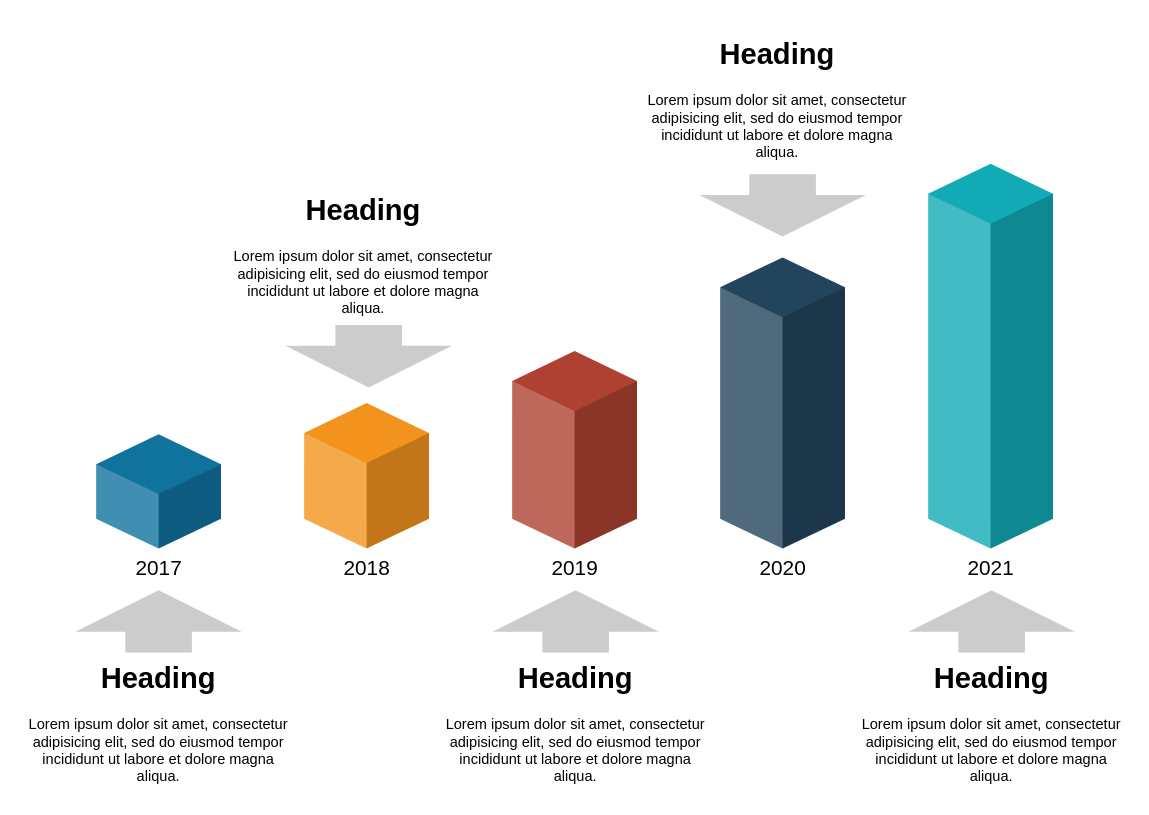
This is Untitled Diagram.drawio from LJxiaowu/onerails, a draw.io file, before an edit. Source tidied: cells renumbered, new cells numbered last; positions are measured from the earlier drawing's top-left corner, leaving out a move shared by most shapes. Both pictures are drawn from the tidied source at 104%, with x=0, y=0 at pixel (18, 28).
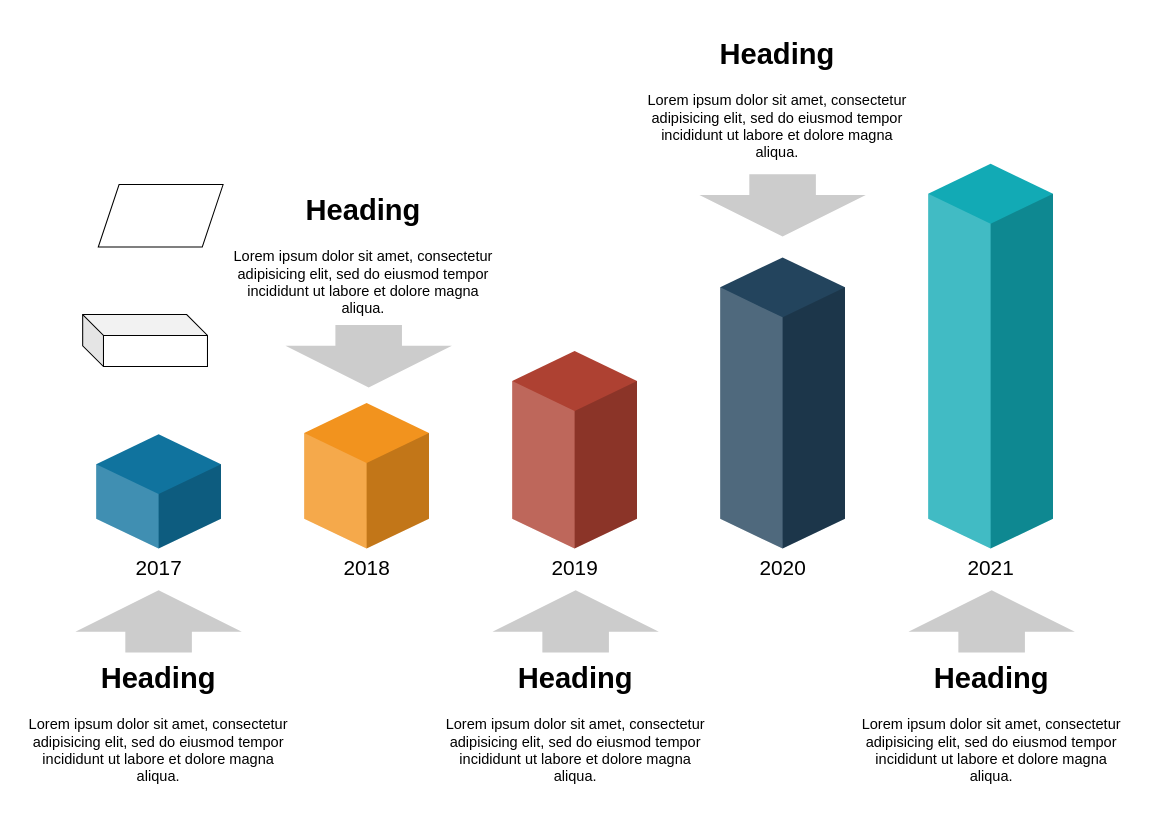
After the change.

The edit, as a diff of the source:
```diff
@@
 <mxGraphModel background="#ffffff">
   <root>
     <mxCell id="0" />
     <mxCell id="1" parent="0" />
     <mxCell id="2" style="html=1;shadow=0;dashed=0;align=center;verticalAlign=middle;shape=mxgraph.arrows2.arrow;dy=0.6;dx=40;direction=north;notch=0;strokeWidth=2;fillColor=#CCCCCC;fontSize=14;fontColor=#000000;strokeColor=none;" parent="1" vertex="1">
       <mxGeometry x="55" y="540" width="160" height="60" as="geometry" />
     </mxCell>
     <mxCell id="3" value="2017" style="verticalLabelPosition=bottom;verticalAlign=top;html=1;shape=mxgraph.infographic.shadedCube;isoAngle=15;fillColor=#10739E;strokeColor=none;fontFamily=Helvetica;fontSize=20;align=center;strokeWidth=2;" parent="1" vertex="1">
       <mxGeometry x="75" y="390" width="120" height="110" as="geometry" />
     </mxCell>
     <mxCell id="4" value="2018" style="verticalLabelPosition=bottom;verticalAlign=top;html=1;shape=mxgraph.infographic.shadedCube;isoAngle=15;fillColor=#F2931E;strokeColor=none;fontFamily=Helvetica;fontSize=20;align=center;strokeWidth=2;" parent="1" vertex="1">
       <mxGeometry x="275" y="360" width="120" height="140" as="geometry" />
     </mxCell>
     <mxCell id="5" value="2019" style="verticalLabelPosition=bottom;verticalAlign=top;html=1;shape=mxgraph.infographic.shadedCube;isoAngle=15;fillColor=#AE4132;strokeColor=none;fontFamily=Helvetica;fontSize=20;align=center;strokeWidth=2;" parent="1" vertex="1">
       <mxGeometry x="475" y="310" width="120" height="190" as="geometry" />
     </mxCell>
     <mxCell id="6" value="2020" style="verticalLabelPosition=bottom;verticalAlign=top;html=1;shape=mxgraph.infographic.shadedCube;isoAngle=15;fillColor=#23445D;strokeColor=none;fontFamily=Helvetica;fontSize=20;align=center;strokeWidth=2;" parent="1" vertex="1">
       <mxGeometry x="675" y="220" width="120" height="280" as="geometry" />
     </mxCell>
     <mxCell id="7" value="2021" style="verticalLabelPosition=bottom;verticalAlign=top;html=1;shape=mxgraph.infographic.shadedCube;isoAngle=15;fillColor=#12AAB5;strokeColor=none;fontFamily=Helvetica;fontSize=20;align=center;strokeWidth=2;" parent="1" vertex="1">
       <mxGeometry x="875" y="130" width="120" height="370" as="geometry" />
     </mxCell>
     <mxCell id="8" value="&lt;h1&gt;Heading&lt;/h1&gt;&lt;p&gt;Lorem ipsum dolor sit amet, consectetur adipisicing elit, sed do eiusmod tempor incididunt ut labore et dolore magna aliqua.&lt;/p&gt;" style="text;html=1;spacing=5;spacingTop=-20;whiteSpace=wrap;overflow=hidden;strokeWidth=2;fillColor=none;gradientColor=none;fontSize=14;align=center;" parent="1" vertex="1">
       <mxGeometry y="600" width="270" height="140" as="geometry" />
     </mxCell>
     <mxCell id="9" value="&lt;h1&gt;Heading&lt;/h1&gt;&lt;p&gt;Lorem ipsum dolor sit amet, consectetur adipisicing elit, sed do eiusmod tempor incididunt ut labore et dolore magna aliqua.&lt;/p&gt;" style="text;html=1;spacing=5;spacingTop=-20;whiteSpace=wrap;overflow=hidden;strokeWidth=2;fillColor=none;gradientColor=none;fontSize=14;align=center;" parent="1" vertex="1">
       <mxGeometry x="197" y="150" width="270" height="140" as="geometry" />
     </mxCell>
     <mxCell id="10" value="&lt;h1&gt;Heading&lt;/h1&gt;&lt;p&gt;Lorem ipsum dolor sit amet, consectetur adipisicing elit, sed do eiusmod tempor incididunt ut labore et dolore magna aliqua.&lt;/p&gt;" style="text;html=1;spacing=5;spacingTop=-20;whiteSpace=wrap;overflow=hidden;strokeWidth=2;fillColor=none;gradientColor=none;fontSize=14;align=center;" parent="1" vertex="1">
       <mxGeometry x="401" y="600" width="270" height="140" as="geometry" />
     </mxCell>
     <mxCell id="11" value="&lt;h1&gt;Heading&lt;/h1&gt;&lt;p&gt;Lorem ipsum dolor sit amet, consectetur adipisicing elit, sed do eiusmod tempor incididunt ut labore et dolore magna aliqua.&lt;/p&gt;" style="text;html=1;spacing=5;spacingTop=-20;whiteSpace=wrap;overflow=hidden;strokeWidth=2;fillColor=none;gradientColor=none;fontSize=14;align=center;" parent="1" vertex="1">
       <mxGeometry x="801" y="600" width="270" height="140" as="geometry" />
     </mxCell>
     <mxCell id="12" value="&lt;h1&gt;Heading&lt;/h1&gt;&lt;p&gt;Lorem ipsum dolor sit amet, consectetur adipisicing elit, sed do eiusmod tempor incididunt ut labore et dolore magna aliqua.&lt;/p&gt;" style="text;html=1;spacing=5;spacingTop=-20;whiteSpace=wrap;overflow=hidden;strokeWidth=2;fillColor=none;gradientColor=none;fontSize=14;align=center;" parent="1" vertex="1">
       <mxGeometry x="595" width="270" height="140" as="geometry" />
     </mxCell>
     <mxCell id="13" style="html=1;shadow=0;dashed=0;align=center;verticalAlign=middle;shape=mxgraph.arrows2.arrow;dy=0.6;dx=40;direction=north;notch=0;strokeWidth=2;fillColor=#CCCCCC;fontSize=14;fontColor=#000000;strokeColor=none;" parent="1" vertex="1">
       <mxGeometry x="456" y="540" width="160" height="60" as="geometry" />
     </mxCell>
     <mxCell id="14" style="html=1;shadow=0;dashed=0;align=center;verticalAlign=middle;shape=mxgraph.arrows2.arrow;dy=0.6;dx=40;direction=north;notch=0;strokeWidth=2;fillColor=#CCCCCC;fontSize=14;fontColor=#000000;strokeColor=none;" parent="1" vertex="1">
       <mxGeometry x="856" y="540" width="160" height="60" as="geometry" />
     </mxCell>
     <mxCell id="15" style="html=1;shadow=0;dashed=0;align=center;verticalAlign=middle;shape=mxgraph.arrows2.arrow;dy=0.6;dx=40;direction=north;notch=0;strokeWidth=2;fillColor=#CCCCCC;fontSize=14;fontColor=#000000;strokeColor=none;flipV=1;" parent="1" vertex="1">
       <mxGeometry x="257" y="285" width="160" height="60" as="geometry" />
     </mxCell>
     <mxCell id="16" style="html=1;shadow=0;dashed=0;align=center;verticalAlign=middle;shape=mxgraph.arrows2.arrow;dy=0.6;dx=40;direction=north;notch=0;strokeWidth=2;fillColor=#CCCCCC;fontSize=14;fontColor=#000000;strokeColor=none;flipV=1;" parent="1" vertex="1">
       <mxGeometry x="655" y="140" width="160" height="60" as="geometry" />
     </mxCell>
+    <mxCell id="17" style="shape=parallelogram;perimeter=parallelogramPerimeter;whiteSpace=wrap;html=1;fixedSize=1;" parent="1" vertex="1">
+      <mxGeometry x="77" y="150" width="120" height="60" as="geometry" />
+    </mxCell>
+    <mxCell id="18" style="shape=cube;whiteSpace=wrap;html=1;boundedLbl=1;backgroundOutline=1;darkOpacity=0.05;darkOpacity2=0.1;" parent="1" vertex="1">
+      <mxGeometry x="62" y="275" width="120" height="50" as="geometry" />
+    </mxCell>
   </root>
 </mxGraphModel>
```
